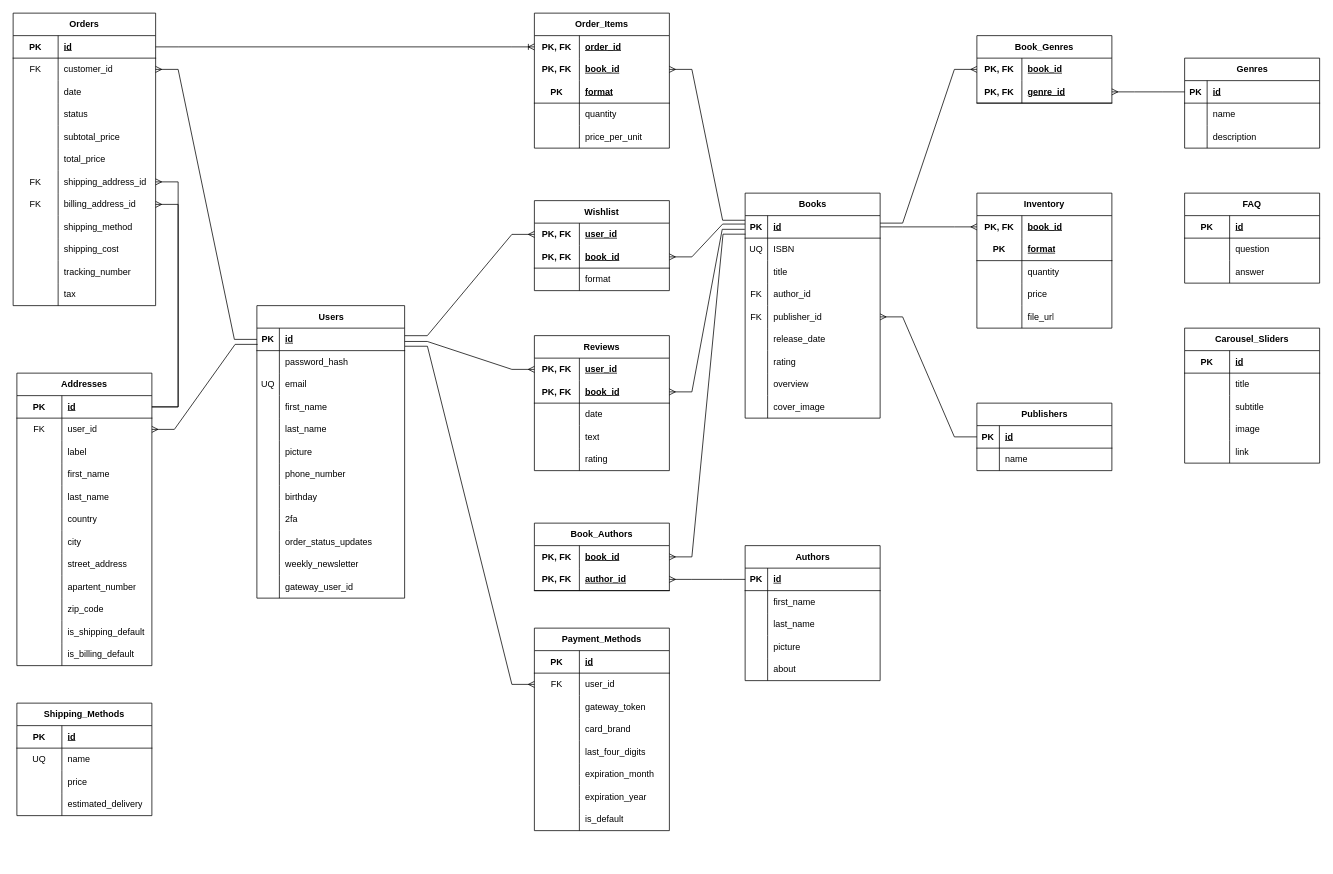
Before: ERD.drawio in ShayTam/Bookstore, a draw.io diagram. Source tidied: cells renumbered, new cells numbered last; positions are measured from the earlier drawing's top-left corner, leaving out a move shared by most shapes. Both pictures are drawn from the tidied source at 75%, with x=0, y=0 at pixel (13, 13).
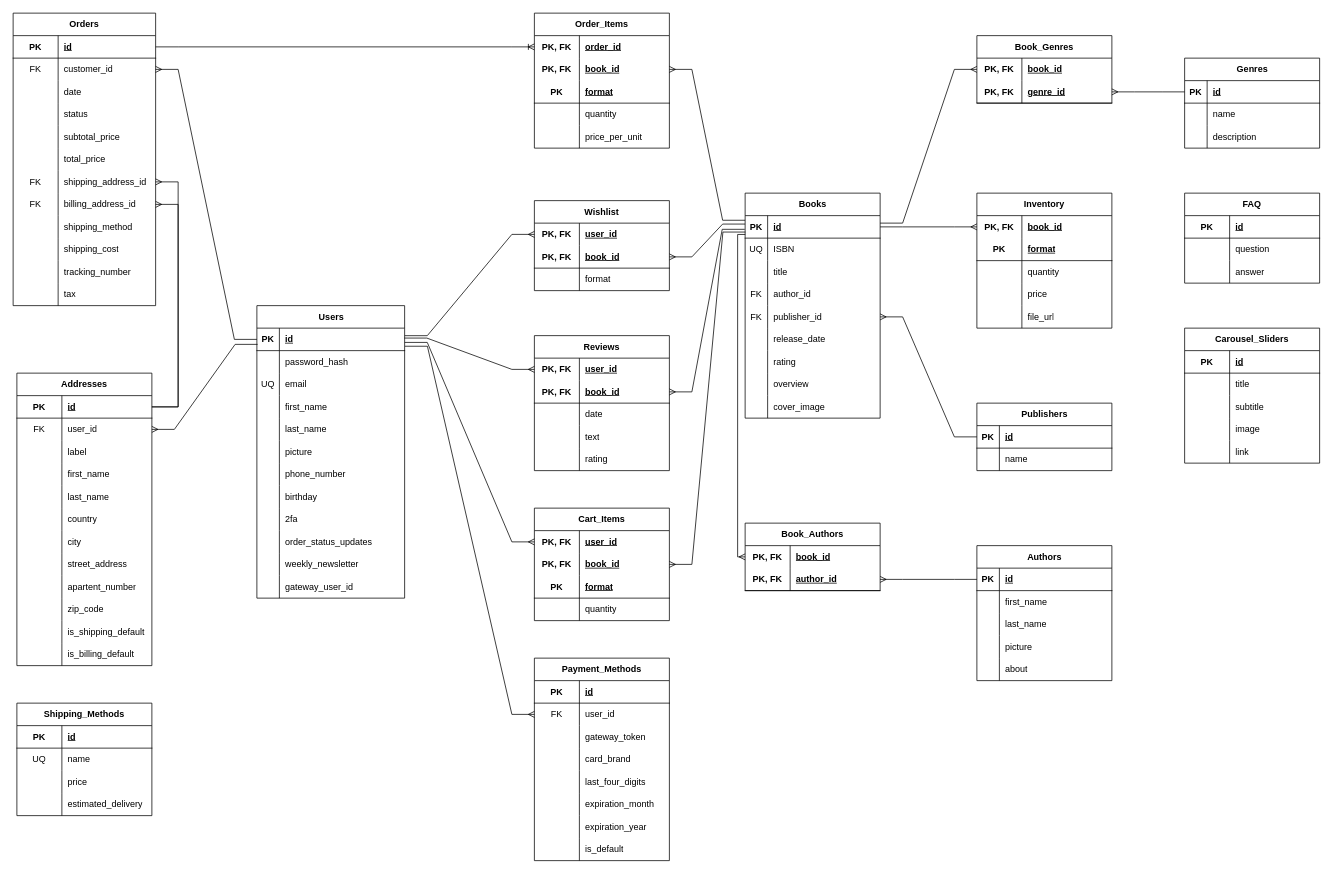
Above is the later version.

Commit message:
Added Cart Items table

Unchanged cells that the change refers to:
```xml
<mxCell id="3" style="shape=tableRow;horizontal=0;startSize=0;swimlaneHead=0;swimlaneBody=0;fillColor=none;points=[[0,0.5],[1,0.5]];portConstraint=eastwest;top=0;left=0;right=0;bottom=1;" parent="2" vertex="1">
  <mxGeometry y="30" width="197" height="30" as="geometry" />
</mxCell>
<mxCell id="40" style="shape=tableRow;horizontal=0;startSize=0;swimlaneHead=0;swimlaneBody=0;fillColor=none;points=[[0,0.5],[1,0.5]];portConstraint=eastwest;top=0;left=0;right=0;bottom=1;" parent="39" vertex="1">
  <mxGeometry y="30" width="180" height="30" as="geometry" />
</mxCell>
<mxCell id="68" style="shape=tableRow;horizontal=0;startSize=0;swimlaneHead=0;swimlaneBody=0;fillColor=none;points=[[0,0.5],[1,0.5]];portConstraint=eastwest;top=0;left=0;right=0;bottom=0;html=1;" parent="67" vertex="1">
  <mxGeometry y="30" width="180" height="30" as="geometry" />
</mxCell>
<mxCell id="254" style="shape=tableRow;horizontal=0;startSize=0;swimlaneHead=0;swimlaneBody=0;fillColor=none;points=[[0,0.5],[1,0.5]];portConstraint=eastwest;top=0;left=0;right=0;bottom=0;html=1;" parent="253" vertex="1">
  <mxGeometry y="30" width="180" height="30" as="geometry" />
</mxCell>
```

Change to the diagram source:
```diff
@@
     <mxCell id="99" value="Authors" style="shape=table;startSize=30;childLayout=tableLayout;rowLines=0;fontStyle=1;align=center;html=1;" parent="1" vertex="1">
-      <mxGeometry x="976" y="710" width="180" height="180" as="geometry" />
+      <mxGeometry x="1285" y="710" width="180" height="180" as="geometry" />
     </mxCell>
@@
-    <mxCell id="237" style="edgeStyle=entityRelationEdgeStyle;fontSize=12;html=1;endArrow=ERmany;rounded=0;entryX=0;entryY=0.5;entryDx=0;entryDy=0;endFill=0;exitX=1.001;exitY=0.593;exitDx=0;exitDy=0;exitPerimeter=0;" parent="1" edge="1" source="3" target="68">
+    <mxCell id="237" style="edgeStyle=entityRelationEdgeStyle;fontSize=12;html=1;endArrow=ERmany;rounded=0;entryX=0;entryY=0.5;entryDx=0;entryDy=0;endFill=0;exitX=0.998;exitY=0.442;exitDx=0;exitDy=0;exitPerimeter=0;" parent="1" edge="1" source="3" target="68">
       <mxGeometry relative="1" as="geometry" />
     </mxCell>
@@
-    <mxCell id="239" style="edgeStyle=entityRelationEdgeStyle;fontSize=12;html=1;endArrow=ERmany;rounded=0;endFill=0;startArrow=none;startFill=0;exitX=0.003;exitY=0.824;exitDx=0;exitDy=0;exitPerimeter=0;" parent="1" edge="1" source="40" target="254">
-      <mxGeometry relative="1" as="geometry" />
+    <mxCell id="239" style="edgeStyle=orthogonalEdgeStyle;fontSize=12;html=1;endArrow=ERmany;rounded=0;endFill=0;startArrow=none;startFill=0;exitX=0.001;exitY=0.837;exitDx=0;exitDy=0;exitPerimeter=0;" parent="1" edge="1" source="40" target="254">
+      <mxGeometry relative="1" as="geometry">
+        <Array as="points">
+          <mxPoint x="966" y="295" />
+          <mxPoint x="966" y="725" />
+        </Array>
+      </mxGeometry>
     </mxCell>
@@
     <mxCell id="253" value="&lt;span style=&quot;white-space: nowrap;&quot;&gt;Book_Authors&lt;/span&gt;" style="shape=table;startSize=30;childLayout=tableLayout;rowLines=0;fontStyle=1;align=center;html=1;whiteSpace=wrap;" parent="1" vertex="1">
-      <mxGeometry x="695" y="680" width="180" height="90" as="geometry" />
+      <mxGeometry x="976" y="680" width="180" height="90" as="geometry" />
     </mxCell>
@@
     <mxCell id="262" value="Payment_Methods" style="shape=table;startSize=30;childLayout=tableLayout;rowLines=0;fontStyle=1;align=center;html=1;whiteSpace=wrap;" parent="1" vertex="1">
-      <mxGeometry x="695" y="820" width="180" height="270" as="geometry" />
+      <mxGeometry x="695" y="860" width="180" height="270" as="geometry" />
     </mxCell>
@@
+    <mxCell id="327" value="&lt;span style=&quot;white-space: nowrap;&quot;&gt;Cart_Items&lt;/span&gt;" style="shape=table;startSize=30;childLayout=tableLayout;rowLines=0;fontStyle=1;align=center;html=1;whiteSpace=wrap;" parent="1" vertex="1">
+      <mxGeometry x="695" y="660" width="180" height="150" as="geometry" />
+    </mxCell>
+    <mxCell id="328" style="shape=tableRow;horizontal=0;startSize=0;swimlaneHead=0;swimlaneBody=0;fillColor=none;points=[[0,0.5],[1,0.5]];portConstraint=eastwest;top=0;left=0;right=0;bottom=0;html=1;" parent="327" vertex="1">
+      <mxGeometry y="30" width="180" height="30" as="geometry" />
+    </mxCell>
+    <mxCell id="329" value="PK, FK" style="shape=partialRectangle;fillColor=none;top=0;left=0;bottom=0;right=0;fontStyle=1;overflow=hidden;html=1;whiteSpace=wrap;" parent="328" vertex="1">
+      <mxGeometry width="60" height="30" as="geometry" />
+    </mxCell>
+    <mxCell id="330" value="user_id" style="shape=partialRectangle;fillColor=none;top=0;left=0;bottom=0;right=0;align=left;spacingLeft=6;fontStyle=5;overflow=hidden;html=1;whiteSpace=wrap;" parent="328" vertex="1">
+      <mxGeometry x="60" width="120" height="30" as="geometry" />
+    </mxCell>
+    <mxCell id="331" style="shape=tableRow;horizontal=0;startSize=0;swimlaneHead=0;swimlaneBody=0;fillColor=none;points=[[0,0.5],[1,0.5]];portConstraint=eastwest;top=0;left=0;right=0;bottom=0;html=1;" parent="327" vertex="1">
+      <mxGeometry y="60" width="180" height="30" as="geometry" />
+    </mxCell>
+    <mxCell id="332" value="PK, FK" style="shape=partialRectangle;fillColor=none;top=0;left=0;bottom=0;right=0;fontStyle=1;overflow=hidden;html=1;whiteSpace=wrap;" parent="331" vertex="1">
+      <mxGeometry width="60" height="30" as="geometry" />
+    </mxCell>
+    <mxCell id="333" value="book_id" style="shape=partialRectangle;fillColor=none;top=0;left=0;bottom=0;right=0;align=left;spacingLeft=6;fontStyle=5;overflow=hidden;html=1;whiteSpace=wrap;" parent="331" vertex="1">
+      <mxGeometry x="60" width="120" height="30" as="geometry" />
+    </mxCell>
+    <mxCell id="334" style="shape=tableRow;horizontal=0;startSize=0;swimlaneHead=0;swimlaneBody=0;fillColor=none;top=0;left=0;right=0;bottom=1;html=1;" parent="327" vertex="1">
+      <mxGeometry y="90" width="180" height="30" as="geometry" />
+    </mxCell>
+    <mxCell id="335" value="PK" style="shape=partialRectangle;fillColor=none;top=0;left=0;bottom=0;right=0;fontStyle=1;overflow=hidden;html=1;whiteSpace=wrap;" parent="334" vertex="1">
+      <mxGeometry width="60" height="30" as="geometry" />
+    </mxCell>
+    <mxCell id="336" value="format" style="shape=partialRectangle;fillColor=none;top=0;left=0;bottom=0;right=0;align=left;spacingLeft=6;fontStyle=5;overflow=hidden;html=1;whiteSpace=wrap;" parent="334" vertex="1">
+      <mxGeometry x="60" width="120" height="30" as="geometry" />
+    </mxCell>
+    <mxCell id="337" style="shape=tableRow;horizontal=0;startSize=0;swimlaneHead=0;swimlaneBody=0;fillColor=none;top=0;left=0;right=0;bottom=0;html=1;" parent="327" vertex="1">
+      <mxGeometry y="120" width="180" height="30" as="geometry" />
+    </mxCell>
+    <mxCell id="338" style="shape=partialRectangle;fillColor=none;top=0;left=0;bottom=0;right=0;overflow=hidden;html=1;whiteSpace=wrap;" parent="337" vertex="1">
+      <mxGeometry width="60" height="30" as="geometry" />
+    </mxCell>
+    <mxCell id="339" value="quantity" style="shape=partialRectangle;fillColor=none;top=0;left=0;bottom=0;right=0;align=left;spacingLeft=6;overflow=hidden;html=1;whiteSpace=wrap;" parent="337" vertex="1">
+      <mxGeometry x="60" width="120" height="30" as="geometry" />
+    </mxCell>
+    <mxCell id="340" style="edgeStyle=entityRelationEdgeStyle;rounded=0;jettySize=auto;html=1;endArrow=none;endFill=0;startArrow=ERmany;startFill=0;entryX=0.002;entryY=0.73;entryDx=0;entryDy=0;entryPerimeter=0;" parent="1" edge="1" source="331" target="40">
+      <mxGeometry relative="1" as="geometry" />
+    </mxCell>
+    <mxCell id="341" style="edgeStyle=entityRelationEdgeStyle;rounded=0;jettySize=auto;html=1;exitX=0;exitY=0.5;exitDx=0;exitDy=0;entryX=1.001;entryY=0.635;entryDx=0;entryDy=0;entryPerimeter=0;endArrow=none;endFill=0;startArrow=ERmany;startFill=0;" parent="1" edge="1" source="328" target="3">
+      <mxGeometry relative="1" as="geometry" />
+    </mxCell>
```
